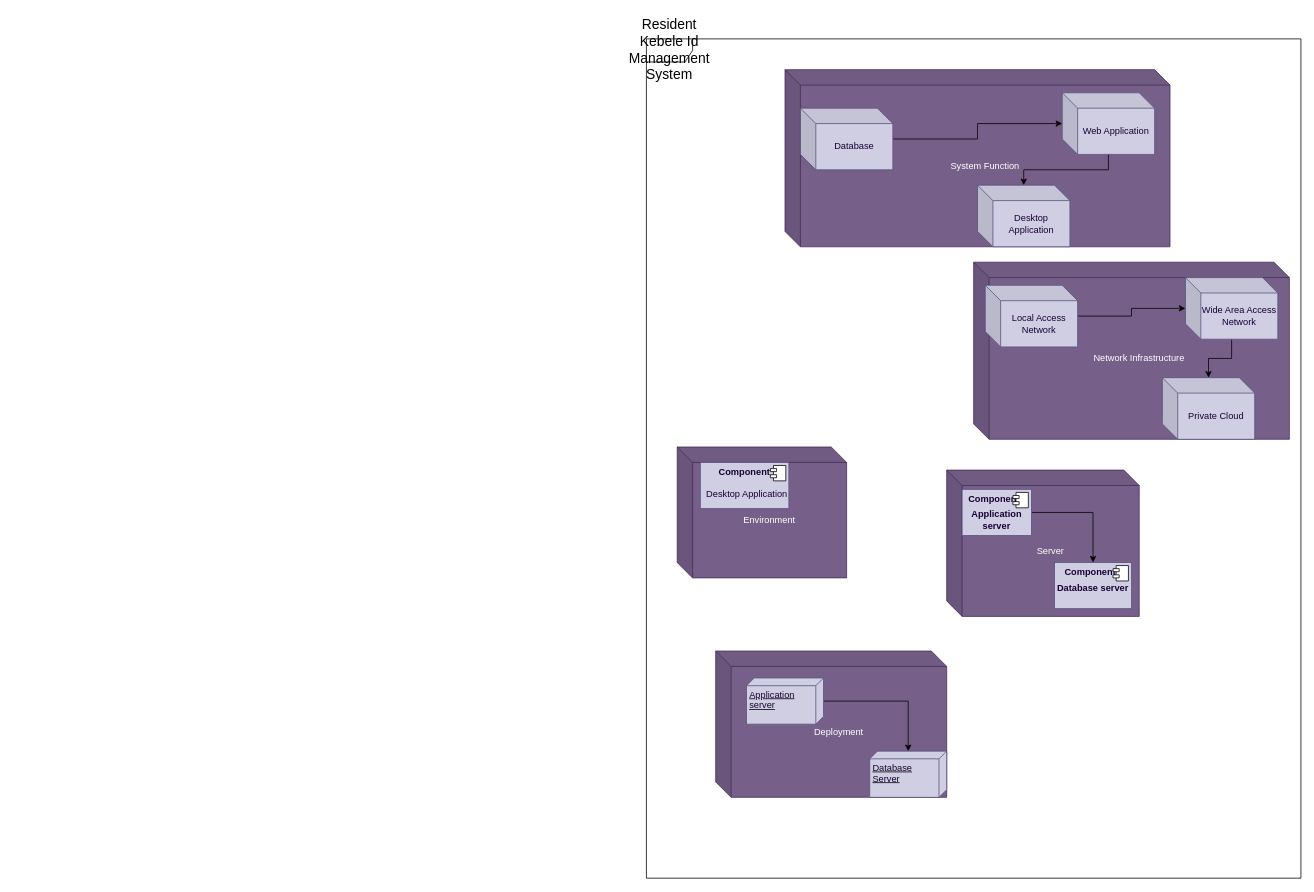
Earlier version of the draw.io diagram deploy.drawio (Melat369/Diagram). Source tidied: cells renumbered, new cells numbered last; positions are measured from the earlier drawing's top-left corner, leaving out a move shared by most shapes. Both pictures are drawn from the tidied source at 77%, with x=0, y=0 at pixel (646, 38).
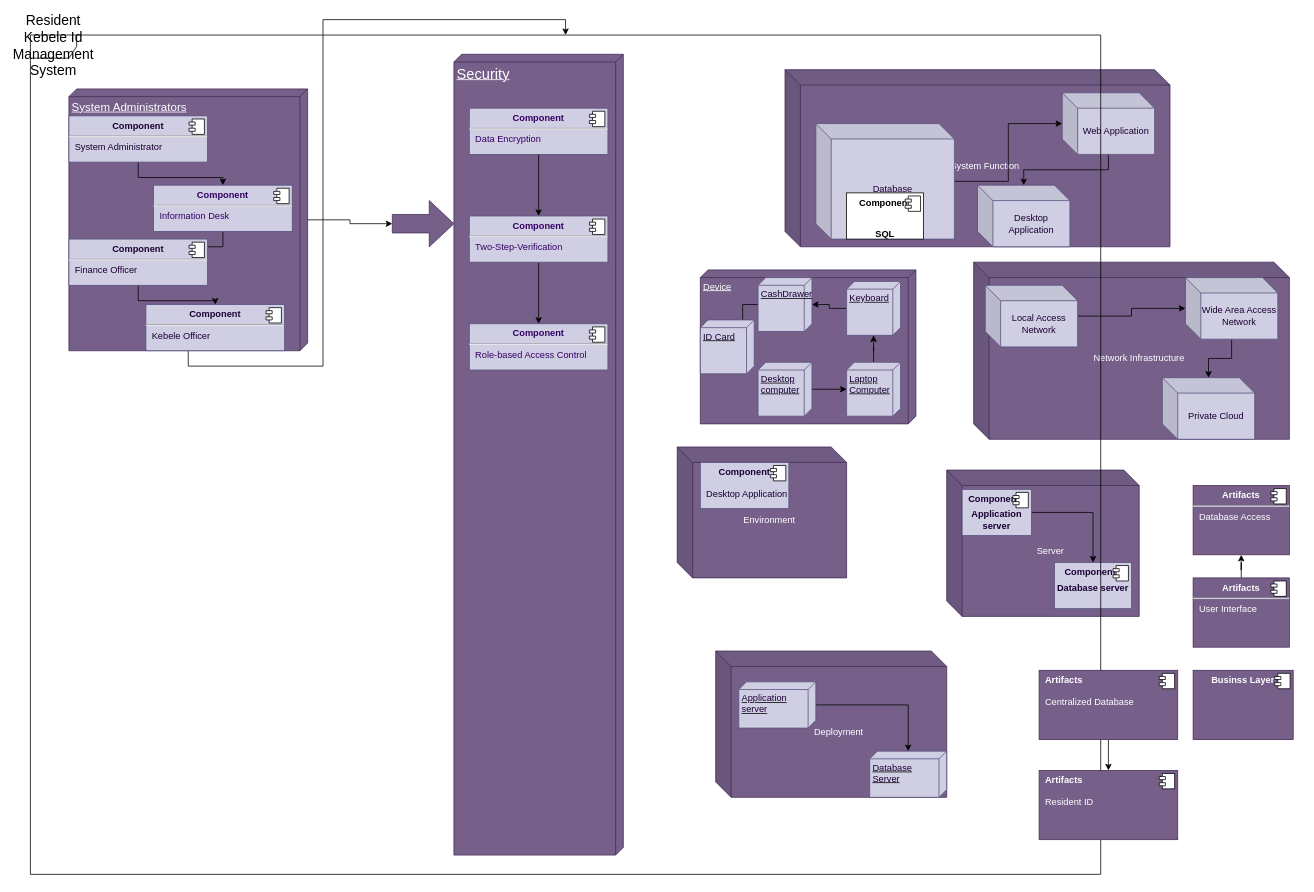
The same page after the edit.

Commit message:
deployables are done only reorganization.drawio

What changed in the source:
```diff
@@
     <mxCell id="4" value="&lt;font color=&quot;#190033&quot;&gt;Database&lt;/font&gt;" style="shape=cube;whiteSpace=wrap;html=1;boundedLbl=1;backgroundOutline=1;darkOpacity=0.05;darkOpacity2=0.1;fillColor=#d0cee2;strokeColor=#56517e;" parent="1" vertex="1">
-      <mxGeometry x="200" y="90" width="120" height="80" as="geometry" />
+      <mxGeometry x="220" y="110" width="180" height="150" as="geometry" />
     </mxCell>
@@
     <mxCell id="25" value="&lt;font color=&quot;#190033&quot;&gt;Application server&lt;/font&gt;" style="verticalAlign=top;align=left;spacingTop=8;spacingLeft=2;spacingRight=12;shape=cube;size=10;direction=south;fontStyle=4;html=1;whiteSpace=wrap;fillColor=#d0cee2;strokeColor=#56517e;" parent="1" vertex="1">
-      <mxGeometry x="130" y="830" width="100" height="60" as="geometry" />
+      <mxGeometry x="120" y="835" width="100" height="60" as="geometry" />
     </mxCell>
@@
     <mxCell id="27" value="&lt;font style=&quot;font-size: 18px;&quot;&gt;Resident Kebele Id Management System&lt;/font&gt;" style="shape=umlFrame;whiteSpace=wrap;html=1;" parent="1" vertex="1">
-      <mxGeometry width="850" height="1090" as="geometry" />
+      <mxGeometry x="-800" y="-5" width="1390" height="1090" as="geometry" />
     </mxCell>
+    <mxCell id="28" value="Device" style="verticalAlign=top;align=left;spacingTop=8;spacingLeft=2;spacingRight=12;shape=cube;size=10;direction=south;fontStyle=4;html=1;whiteSpace=wrap;fillColor=#76608a;fontColor=#ffffff;strokeColor=#432D57;" parent="1" vertex="1">
+      <mxGeometry x="70" y="300" width="280" height="200" as="geometry" />
+    </mxCell>
+    <mxCell id="29" style="edgeStyle=orthogonalEdgeStyle;rounded=0;jettySize=auto;html=1;" parent="1" edge="1" source="30" target="32">
+      <mxGeometry relative="1" as="geometry" />
+    </mxCell>
+    <mxCell id="30" value="&lt;font color=&quot;#190033&quot;&gt;Desktop computer&lt;/font&gt;" style="verticalAlign=top;align=left;spacingTop=8;spacingLeft=2;spacingRight=12;shape=cube;size=10;direction=south;fontStyle=4;html=1;whiteSpace=wrap;fillColor=#d0cee2;strokeColor=#56517e;" parent="1" vertex="1">
+      <mxGeometry x="145" y="420" width="70" height="70" as="geometry" />
+    </mxCell>
+    <mxCell id="31" style="edgeStyle=orthogonalEdgeStyle;rounded=0;jettySize=auto;html=1;" parent="1" edge="1" source="32" target="34">
+      <mxGeometry relative="1" as="geometry" />
+    </mxCell>
+    <mxCell id="32" value="&lt;font color=&quot;#190033&quot;&gt;Laptop Computer&lt;/font&gt;" style="verticalAlign=top;align=left;spacingTop=8;spacingLeft=2;spacingRight=12;shape=cube;size=10;direction=south;fontStyle=4;html=1;whiteSpace=wrap;fillColor=#d0cee2;strokeColor=#56517e;" parent="1" vertex="1">
+      <mxGeometry x="260" y="420" width="70" height="70" as="geometry" />
+    </mxCell>
+    <mxCell id="33" style="edgeStyle=orthogonalEdgeStyle;rounded=0;jettySize=auto;html=1;" parent="1" edge="1" source="34" target="36">
+      <mxGeometry relative="1" as="geometry" />
+    </mxCell>
+    <mxCell id="34" value="&lt;font color=&quot;#190033&quot;&gt;Keyboard&lt;/font&gt;" style="verticalAlign=top;align=left;spacingTop=8;spacingLeft=2;spacingRight=12;shape=cube;size=10;direction=south;fontStyle=4;html=1;whiteSpace=wrap;fillColor=#d0cee2;strokeColor=#56517e;" parent="1" vertex="1">
+      <mxGeometry x="260" y="315" width="70" height="70" as="geometry" />
+    </mxCell>
+    <mxCell id="35" style="edgeStyle=orthogonalEdgeStyle;rounded=0;jettySize=auto;html=1;" parent="1" edge="1" source="36" target="37">
+      <mxGeometry relative="1" as="geometry" />
+    </mxCell>
+    <mxCell id="36" value="&lt;font color=&quot;#190033&quot;&gt;CashDrawer&lt;/font&gt;" style="verticalAlign=top;align=left;spacingTop=8;spacingLeft=2;spacingRight=12;shape=cube;size=10;direction=south;fontStyle=4;html=1;whiteSpace=wrap;fillColor=#d0cee2;strokeColor=#56517e;" parent="1" vertex="1">
+      <mxGeometry x="145" y="310" width="70" height="70" as="geometry" />
+    </mxCell>
+    <mxCell id="37" value="&lt;font color=&quot;#190033&quot;&gt;ID Card&lt;/font&gt;" style="verticalAlign=top;align=left;spacingTop=8;spacingLeft=2;spacingRight=12;shape=cube;size=10;direction=south;fontStyle=4;html=1;whiteSpace=wrap;fillColor=#d0cee2;strokeColor=#56517e;" parent="1" vertex="1">
+      <mxGeometry x="70" y="365" width="70" height="70" as="geometry" />
+    </mxCell>
+    <mxCell id="38" value="&lt;p style=&quot;margin:0px;margin-top:6px;text-align:center;&quot;&gt;&lt;b&gt;Component&lt;/b&gt;&lt;/p&gt;&lt;p style=&quot;margin:0px;margin-top:6px;text-align:center;&quot;&gt;&lt;b&gt;&lt;br&gt;&lt;/b&gt;&lt;/p&gt;&lt;p style=&quot;margin:0px;margin-top:6px;text-align:center;&quot;&gt;&lt;b&gt;SQL&lt;/b&gt;&lt;/p&gt;" style="align=left;overflow=fill;html=1;whiteSpace=wrap;" parent="1" vertex="1">
+      <mxGeometry x="260" y="200" width="100" height="60" as="geometry" />
+    </mxCell>
+    <mxCell id="39" style="shape=component;jettyWidth=8;jettyHeight=4;" parent="38" vertex="1">
+      <mxGeometry x="1" width="20" height="20" relative="1" as="geometry">
+        <mxPoint x="-24" y="4" as="offset" />
+      </mxGeometry>
+    </mxCell>
+    <mxCell id="40" style="edgeStyle=orthogonalEdgeStyle;rounded=0;jettySize=auto;html=1;" parent="1" edge="1" source="41" target="43">
+      <mxGeometry relative="1" as="geometry" />
+    </mxCell>
+    <mxCell id="41" value="&lt;p style=&quot;margin:0px;margin-top:6px;text-align:center;&quot;&gt;&lt;/p&gt;&lt;p style=&quot;margin:0px;margin-left:8px;&quot;&gt;&lt;b&gt;Artifacts&lt;/b&gt;&lt;/p&gt;&lt;p style=&quot;margin:0px;margin-left:8px;&quot;&gt;&lt;br&gt;&lt;/p&gt;&lt;p style=&quot;margin:0px;margin-left:8px;&quot;&gt;Centralized Database&lt;/p&gt;" style="align=left;overflow=fill;html=1;whiteSpace=wrap;fillColor=#76608a;strokeColor=#432D57;fontColor=#ffffff;" parent="1" vertex="1">
+      <mxGeometry x="510" y="820" width="180" height="90" as="geometry" />
+    </mxCell>
+    <mxCell id="42" style="shape=component;jettyWidth=8;jettyHeight=4;" parent="41" vertex="1">
+      <mxGeometry x="1" width="20" height="20" relative="1" as="geometry">
+        <mxPoint x="-24" y="4" as="offset" />
+      </mxGeometry>
+    </mxCell>
+    <mxCell id="43" value="&lt;p style=&quot;margin:0px;margin-top:6px;text-align:center;&quot;&gt;&lt;/p&gt;&lt;p style=&quot;margin:0px;margin-left:8px;&quot;&gt;&lt;b&gt;Artifacts&lt;/b&gt;&lt;/p&gt;&lt;p style=&quot;margin:0px;margin-left:8px;&quot;&gt;&lt;br&gt;&lt;/p&gt;&lt;p style=&quot;margin:0px;margin-left:8px;&quot;&gt;Resident ID&lt;/p&gt;" style="align=left;overflow=fill;html=1;whiteSpace=wrap;fillColor=#76608a;fontColor=#ffffff;strokeColor=#432D57;" parent="1" vertex="1">
+      <mxGeometry x="510" y="950" width="180" height="90" as="geometry" />
+    </mxCell>
+    <mxCell id="44" style="shape=component;jettyWidth=8;jettyHeight=4;" parent="43" vertex="1">
+      <mxGeometry x="1" width="20" height="20" relative="1" as="geometry">
+        <mxPoint x="-24" y="4" as="offset" />
+      </mxGeometry>
+    </mxCell>
+    <mxCell id="45" style="edgeStyle=orthogonalEdgeStyle;rounded=0;jettySize=auto;html=1;" parent="1" edge="1" source="46" target="50">
+      <mxGeometry relative="1" as="geometry" />
+    </mxCell>
+    <mxCell id="46" value="&lt;p style=&quot;margin:0px;margin-top:6px;text-align:center;&quot;&gt;&lt;b&gt;Artifacts&lt;/b&gt;&lt;/p&gt;&lt;hr&gt;&lt;p style=&quot;margin:0px;margin-left:8px;&quot;&gt;User Interface&lt;/p&gt;" style="align=left;overflow=fill;html=1;whiteSpace=wrap;fillColor=#76608a;fontColor=#ffffff;strokeColor=#432D57;" parent="1" vertex="1">
+      <mxGeometry x="710" y="700" width="125" height="90" as="geometry" />
+    </mxCell>
+    <mxCell id="47" style="shape=component;jettyWidth=8;jettyHeight=4;" parent="46" vertex="1">
+      <mxGeometry x="1" width="20" height="20" relative="1" as="geometry">
+        <mxPoint x="-24" y="4" as="offset" />
+      </mxGeometry>
+    </mxCell>
+    <mxCell id="48" value="&lt;p style=&quot;margin:0px;margin-top:6px;text-align:center;&quot;&gt;&lt;b&gt;Businss Layer&lt;/b&gt;&lt;/p&gt;" style="align=left;overflow=fill;html=1;whiteSpace=wrap;fillColor=#76608a;fontColor=#ffffff;strokeColor=#432D57;" parent="1" vertex="1">
+      <mxGeometry x="710" y="820" width="130" height="90" as="geometry" />
+    </mxCell>
+    <mxCell id="49" style="shape=component;jettyWidth=8;jettyHeight=4;" parent="48" vertex="1">
+      <mxGeometry x="1" width="20" height="20" relative="1" as="geometry">
+        <mxPoint x="-24" y="4" as="offset" />
+      </mxGeometry>
+    </mxCell>
+    <mxCell id="50" value="&lt;p style=&quot;margin:0px;margin-top:6px;text-align:center;&quot;&gt;&lt;b&gt;Artifacts&lt;/b&gt;&lt;/p&gt;&lt;hr&gt;&lt;p style=&quot;margin:0px;margin-left:8px;&quot;&gt;Database Access&lt;/p&gt;" style="align=left;overflow=fill;html=1;whiteSpace=wrap;fillColor=#76608a;fontColor=#ffffff;strokeColor=#432D57;" parent="1" vertex="1">
+      <mxGeometry x="710" y="580" width="125" height="90" as="geometry" />
+    </mxCell>
+    <mxCell id="51" style="shape=component;jettyWidth=8;jettyHeight=4;" parent="50" vertex="1">
+      <mxGeometry x="1" width="20" height="20" relative="1" as="geometry">
+        <mxPoint x="-24" y="4" as="offset" />
+      </mxGeometry>
+    </mxCell>
+    <mxCell id="52" style="edgeStyle=orthogonalEdgeStyle;rounded=0;jettySize=auto;html=1;" parent="1" edge="1" source="54" target="27">
+      <mxGeometry relative="1" as="geometry" />
+    </mxCell>
+    <mxCell id="53" style="edgeStyle=orthogonalEdgeStyle;rounded=0;jettySize=auto;html=1;" parent="1" edge="1" source="54" target="75">
+      <mxGeometry relative="1" as="geometry" />
+    </mxCell>
+    <mxCell id="54" value="&lt;font style=&quot;font-size: 15px;&quot;&gt;System Administrators&lt;/font&gt;" style="verticalAlign=top;align=left;spacingTop=8;spacingLeft=2;spacingRight=12;shape=cube;size=10;direction=south;fontStyle=4;html=1;whiteSpace=wrap;fillColor=#76608a;fontColor=#ffffff;strokeColor=#432D57;" parent="1" vertex="1">
+      <mxGeometry x="-750" y="65" width="310" height="340" as="geometry" />
+    </mxCell>
+    <mxCell id="55" style="edgeStyle=orthogonalEdgeStyle;rounded=0;jettySize=auto;html=1;" parent="1" edge="1" source="56" target="59">
+      <mxGeometry relative="1" as="geometry" />
+    </mxCell>
+    <mxCell id="56" value="&lt;p style=&quot;margin:0px;margin-top:6px;text-align:center;&quot;&gt;&lt;b&gt;&lt;font color=&quot;#190033&quot;&gt;Component&lt;/font&gt;&lt;/b&gt;&lt;/p&gt;&lt;hr&gt;&lt;p style=&quot;margin:0px;margin-left:8px;&quot;&gt;&lt;font color=&quot;#190033&quot;&gt;System Administrator&lt;/font&gt;&lt;/p&gt;" style="align=left;overflow=fill;html=1;whiteSpace=wrap;fillColor=#d0cee2;strokeColor=#56517e;" parent="1" vertex="1">
+      <mxGeometry x="-750" y="100" width="180" height="60" as="geometry" />
+    </mxCell>
+    <mxCell id="57" style="shape=component;jettyWidth=8;jettyHeight=4;" parent="56" vertex="1">
+      <mxGeometry x="1" width="20" height="20" relative="1" as="geometry">
+        <mxPoint x="-24" y="4" as="offset" />
+      </mxGeometry>
+    </mxCell>
+    <mxCell id="58" style="edgeStyle=orthogonalEdgeStyle;rounded=0;jettySize=auto;html=1;" parent="1" edge="1" source="59" target="62">
+      <mxGeometry relative="1" as="geometry" />
+    </mxCell>
+    <mxCell id="59" value="&lt;p style=&quot;margin:0px;margin-top:6px;text-align:center;&quot;&gt;&lt;b&gt;&lt;font color=&quot;#330066&quot;&gt;Component&lt;/font&gt;&lt;/b&gt;&lt;/p&gt;&lt;hr&gt;&lt;p style=&quot;margin:0px;margin-left:8px;&quot;&gt;&lt;font color=&quot;#330066&quot;&gt;Information Desk&lt;/font&gt;&lt;/p&gt;" style="align=left;overflow=fill;html=1;whiteSpace=wrap;fillColor=#d0cee2;strokeColor=#56517e;" parent="1" vertex="1">
+      <mxGeometry x="-640" y="190" width="180" height="60" as="geometry" />
+    </mxCell>
+    <mxCell id="60" style="shape=component;jettyWidth=8;jettyHeight=4;" parent="59" vertex="1">
+      <mxGeometry x="1" width="20" height="20" relative="1" as="geometry">
+        <mxPoint x="-24" y="4" as="offset" />
+      </mxGeometry>
+    </mxCell>
+    <mxCell id="61" style="edgeStyle=orthogonalEdgeStyle;rounded=0;jettySize=auto;html=1;" parent="1" edge="1" source="62" target="64">
+      <mxGeometry relative="1" as="geometry" />
+    </mxCell>
+    <mxCell id="62" value="&lt;p style=&quot;margin:0px;margin-top:6px;text-align:center;&quot;&gt;&lt;b&gt;&lt;font color=&quot;#190033&quot;&gt;Component&lt;/font&gt;&lt;/b&gt;&lt;/p&gt;&lt;hr&gt;&lt;p style=&quot;margin:0px;margin-left:8px;&quot;&gt;&lt;font color=&quot;#190033&quot;&gt;Finance Officer&lt;/font&gt;&lt;/p&gt;" style="align=left;overflow=fill;html=1;whiteSpace=wrap;fillColor=#d0cee2;strokeColor=#56517e;" parent="1" vertex="1">
+      <mxGeometry x="-750" y="260" width="180" height="60" as="geometry" />
+    </mxCell>
+    <mxCell id="63" style="shape=component;jettyWidth=8;jettyHeight=4;" parent="62" vertex="1">
+      <mxGeometry x="1" width="20" height="20" relative="1" as="geometry">
+        <mxPoint x="-24" y="4" as="offset" />
+      </mxGeometry>
+    </mxCell>
+    <mxCell id="64" value="&lt;p style=&quot;margin:0px;margin-top:6px;text-align:center;&quot;&gt;&lt;b&gt;&lt;font color=&quot;#190033&quot;&gt;Component&lt;/font&gt;&lt;/b&gt;&lt;/p&gt;&lt;hr&gt;&lt;p style=&quot;margin:0px;margin-left:8px;&quot;&gt;&lt;font color=&quot;#190033&quot;&gt;Kebele Officer&lt;/font&gt;&lt;/p&gt;" style="align=left;overflow=fill;html=1;whiteSpace=wrap;fillColor=#d0cee2;strokeColor=#56517e;" parent="1" vertex="1">
+      <mxGeometry x="-650" y="345" width="180" height="60" as="geometry" />
+    </mxCell>
+    <mxCell id="65" style="shape=component;jettyWidth=8;jettyHeight=4;" parent="64" vertex="1">
+      <mxGeometry x="1" width="20" height="20" relative="1" as="geometry">
+        <mxPoint x="-24" y="4" as="offset" />
+      </mxGeometry>
+    </mxCell>
+    <mxCell id="66" value="&lt;font style=&quot;font-size: 19px;&quot;&gt;Security&lt;/font&gt;" style="verticalAlign=top;align=left;spacingTop=8;spacingLeft=2;spacingRight=12;shape=cube;size=10;direction=south;fontStyle=4;html=1;whiteSpace=wrap;fillColor=#76608a;fontColor=#ffffff;strokeColor=#432D57;" parent="1" vertex="1">
+      <mxGeometry x="-250" y="20" width="220" height="1040" as="geometry" />
+    </mxCell>
+    <mxCell id="67" style="edgeStyle=orthogonalEdgeStyle;rounded=0;jettySize=auto;html=1;" parent="1" edge="1" source="68" target="71">
+      <mxGeometry relative="1" as="geometry" />
+    </mxCell>
+    <mxCell id="68" value="&lt;p style=&quot;margin:0px;margin-top:6px;text-align:center;&quot;&gt;&lt;b&gt;&lt;font color=&quot;#330066&quot;&gt;Component&lt;/font&gt;&lt;/b&gt;&lt;/p&gt;&lt;hr&gt;&lt;p style=&quot;margin:0px;margin-left:8px;&quot;&gt;&lt;font color=&quot;#330066&quot;&gt;Data Encryption&lt;/font&gt;&lt;/p&gt;" style="align=left;overflow=fill;html=1;whiteSpace=wrap;fillColor=#d0cee2;strokeColor=#56517e;" parent="1" vertex="1">
+      <mxGeometry x="-230" y="90" width="180" height="60" as="geometry" />
+    </mxCell>
+    <mxCell id="69" style="shape=component;jettyWidth=8;jettyHeight=4;" parent="68" vertex="1">
+      <mxGeometry x="1" width="20" height="20" relative="1" as="geometry">
+        <mxPoint x="-24" y="4" as="offset" />
+      </mxGeometry>
+    </mxCell>
+    <mxCell id="70" style="edgeStyle=orthogonalEdgeStyle;rounded=0;jettySize=auto;html=1;" parent="1" edge="1" source="71" target="73">
+      <mxGeometry relative="1" as="geometry" />
+    </mxCell>
+    <mxCell id="71" value="&lt;p style=&quot;margin:0px;margin-top:6px;text-align:center;&quot;&gt;&lt;b&gt;&lt;font color=&quot;#330066&quot;&gt;Component&lt;/font&gt;&lt;/b&gt;&lt;/p&gt;&lt;hr&gt;&lt;p style=&quot;margin:0px;margin-left:8px;&quot;&gt;&lt;font color=&quot;#330066&quot;&gt;Two-Step-Verification&lt;/font&gt;&lt;/p&gt;" style="align=left;overflow=fill;html=1;whiteSpace=wrap;fillColor=#d0cee2;strokeColor=#56517e;" parent="1" vertex="1">
+      <mxGeometry x="-230" y="230" width="180" height="60" as="geometry" />
+    </mxCell>
+    <mxCell id="72" style="shape=component;jettyWidth=8;jettyHeight=4;" parent="71" vertex="1">
+      <mxGeometry x="1" width="20" height="20" relative="1" as="geometry">
+        <mxPoint x="-24" y="4" as="offset" />
+      </mxGeometry>
+    </mxCell>
+    <mxCell id="73" value="&lt;p style=&quot;margin:0px;margin-top:6px;text-align:center;&quot;&gt;&lt;b&gt;&lt;font color=&quot;#330066&quot;&gt;Component&lt;/font&gt;&lt;/b&gt;&lt;/p&gt;&lt;hr&gt;&lt;p style=&quot;margin:0px;margin-left:8px;&quot;&gt;&lt;font color=&quot;#330066&quot;&gt;Role-based Access Control&lt;/font&gt;&lt;/p&gt;" style="align=left;overflow=fill;html=1;whiteSpace=wrap;fillColor=#d0cee2;strokeColor=#56517e;" parent="1" vertex="1">
+      <mxGeometry x="-230" y="370" width="180" height="60" as="geometry" />
+    </mxCell>
+    <mxCell id="74" style="shape=component;jettyWidth=8;jettyHeight=4;" parent="73" vertex="1">
+      <mxGeometry x="1" width="20" height="20" relative="1" as="geometry">
+        <mxPoint x="-24" y="4" as="offset" />
+      </mxGeometry>
+    </mxCell>
+    <mxCell id="75" style="shape=singleArrow;whiteSpace=wrap;html=1;arrowWidth=0.4;arrowSize=0.4;align=left;verticalAlign=top;fillColor=#76608a;strokeColor=#432D57;fontColor=#ffffff;spacingTop=8;spacingLeft=2;spacingRight=12;fontStyle=4;" parent="1" vertex="1">
+      <mxGeometry x="-330" y="210" width="80" height="60" as="geometry" />
+    </mxCell>
```
